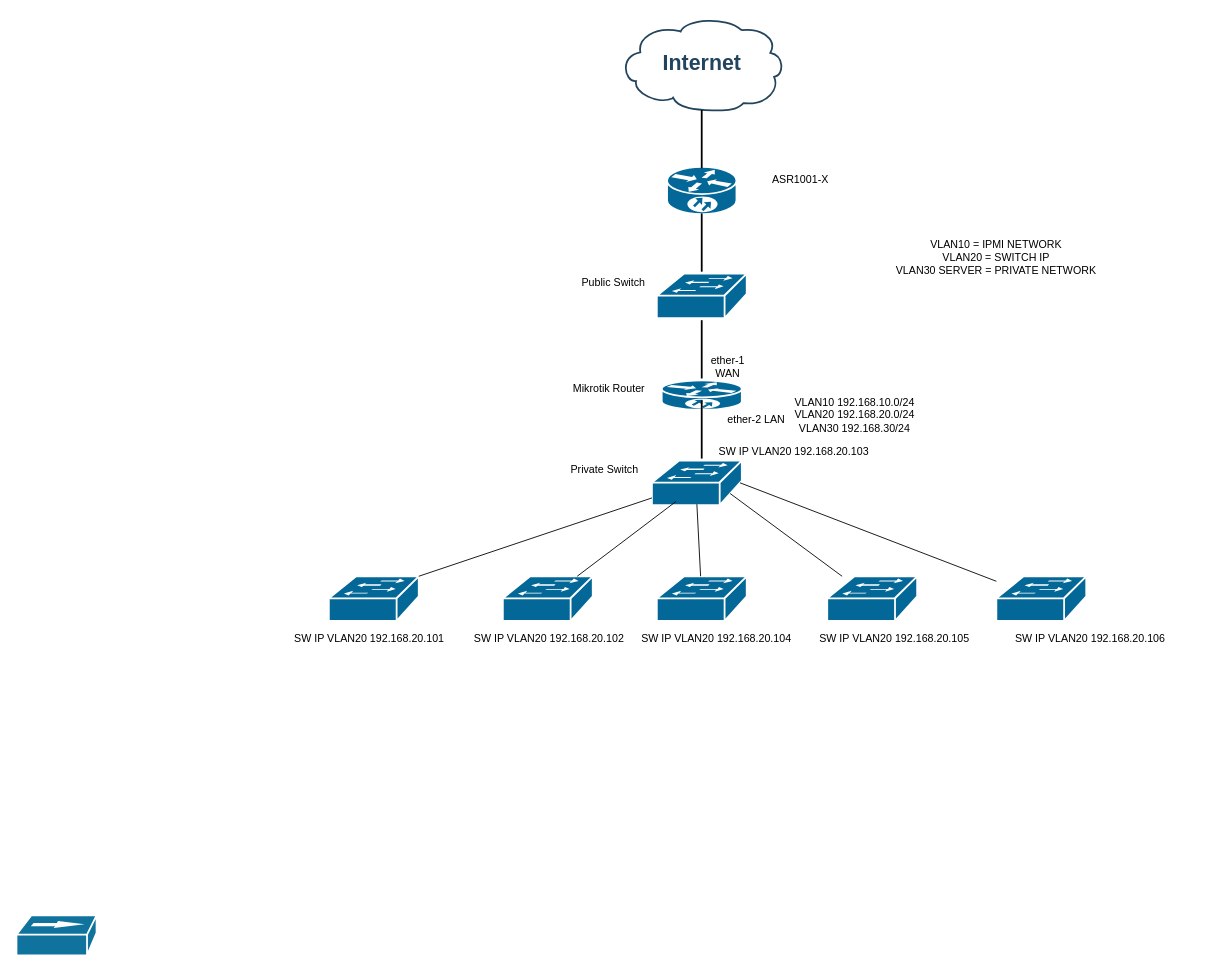
LowKey88/diagramx keeps this draw.io diagram as Untitled Diagram.drawio. Above is the earlier version. Source tidied: cells renumbered, new cells numbered last; positions are measured from the earlier drawing's top-left corner, leaving out a move shared by most shapes. Both pictures are drawn from the tidied source at 89%, with x=0, y=0 at pixel (16, 16).
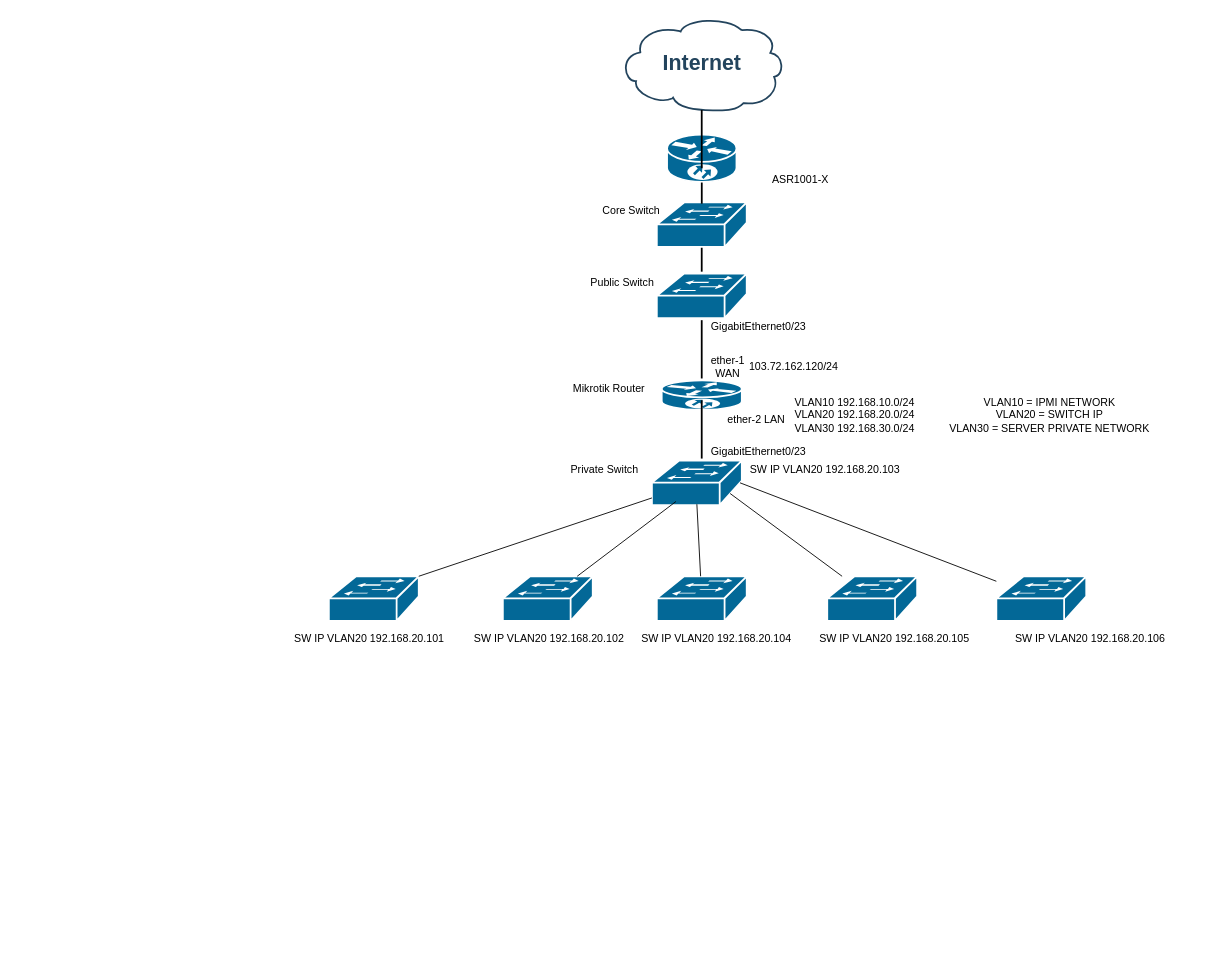
The same page after the edit.

What changed in the source:
```diff
@@
-    <mxCell id="3" style="shape=mxgraph.cisco.hubs_and_gateways.100baset_hub;html=1;dashed=0;fillColor=#10739E;strokeColor=#ffffff;strokeWidth=2;verticalLabelPosition=bottom;verticalAlign=top;fontFamily=Helvetica;fontSize=36;fontColor=#FFB366;" parent="1" vertex="1">
-      <mxGeometry y="1010" width="90" height="45" as="geometry" />
-    </mxCell>
     <mxCell id="4" style="shape=mxgraph.cisco.routers.10700;html=1;dashed=0;fillColor=#036897;strokeColor=#ffffff;strokeWidth=2;verticalLabelPosition=bottom;verticalAlign=top;align=center;" parent="1" vertex="1">
-      <mxGeometry x="731" y="169" width="78" height="53" as="geometry" />
+      <mxGeometry x="731" y="132.8" width="78" height="53" as="geometry" />
     </mxCell>
@@
     <mxCell id="14" value="Public Switch" style="text;html=1;strokeColor=none;fillColor=none;align=center;verticalAlign=middle;whiteSpace=wrap;rounded=0;" parent="1" vertex="1">
-      <mxGeometry x="611" y="289" width="120" height="20" as="geometry" />
+      <mxGeometry x="621" y="289" width="120" height="20" as="geometry" />
     </mxCell>
@@
-    <mxCell id="17" value="&lt;div&gt;VLAN10 192.168.10.0/24&lt;/div&gt;&lt;div&gt;VLAN20 192.168.20.0/24&lt;/div&gt;&lt;div&gt;VLAN30 192.168.30/24&lt;br&gt;&lt;/div&gt;" style="text;html=1;strokeColor=none;fillColor=none;align=center;verticalAlign=middle;whiteSpace=wrap;rounded=0;" parent="1" vertex="1">
+    <mxCell id="17" value="&lt;div&gt;VLAN10 192.168.10.0/24&lt;/div&gt;&lt;div&gt;VLAN20 192.168.20.0/24&lt;/div&gt;&lt;div&gt;VLAN30 192.168.30.0/24&lt;br&gt;&lt;/div&gt;" style="text;html=1;strokeColor=none;fillColor=none;align=center;verticalAlign=middle;whiteSpace=wrap;rounded=0;" parent="1" vertex="1">
       <mxGeometry x="842" y="409" width="200" height="77" as="geometry" />
     </mxCell>
@@
     <mxCell id="23" value="&amp;nbsp;SW IP VLAN20 192.168.20.103 " style="text;html=1;strokeColor=none;fillColor=none;align=center;verticalAlign=middle;whiteSpace=wrap;rounded=0;" parent="1" vertex="1">
-      <mxGeometry x="768" y="479" width="208" height="20" as="geometry" />
+      <mxGeometry x="802.8" y="499" width="208" height="20" as="geometry" />
     </mxCell>
@@
-    <mxCell id="29" value="&lt;div&gt;VLAN10 = IPMI NETWORK&lt;br&gt;&lt;/div&gt;&lt;div&gt;VLAN20 = SWITCH IP&lt;br&gt;&lt;/div&gt;&lt;div&gt;VLAN30 SERVER = PRIVATE NETWORK &lt;br&gt;&lt;/div&gt;" style="text;html=1;strokeColor=none;fillColor=none;align=center;verticalAlign=middle;whiteSpace=wrap;rounded=0;" parent="1" vertex="1">
-      <mxGeometry x="940.5" y="232" width="320" height="77" as="geometry" />
+    <mxCell id="29" value="&lt;div&gt;VLAN10 = IPMI NETWORK&lt;br&gt;&lt;/div&gt;&lt;div&gt;VLAN20 = SWITCH IP&lt;br&gt;&lt;/div&gt;&lt;div&gt;VLAN30 = SERVER PRIVATE NETWORK &lt;br&gt;&lt;/div&gt;" style="text;html=1;strokeColor=none;fillColor=none;align=center;verticalAlign=middle;whiteSpace=wrap;rounded=0;" parent="1" vertex="1">
+      <mxGeometry x="1001" y="409" width="320" height="77" as="geometry" />
     </mxCell>
@@
+    <mxCell id="36" value="GigabitEthernet0/23" style="text;html=1;strokeColor=none;fillColor=none;align=center;verticalAlign=middle;whiteSpace=wrap;rounded=0;" parent="1" vertex="1">
+      <mxGeometry x="779" y="479" width="110" height="20" as="geometry" />
+    </mxCell>
+    <mxCell id="37" value="GigabitEthernet0/23" style="text;html=1;strokeColor=none;fillColor=none;align=center;verticalAlign=middle;whiteSpace=wrap;rounded=0;" parent="1" vertex="1">
+      <mxGeometry x="779" y="339" width="110" height="20" as="geometry" />
+    </mxCell>
+    <mxCell id="38" style="shape=mxgraph.cisco.switches.workgroup_switch;html=1;dashed=0;fillColor=#036897;strokeColor=#ffffff;strokeWidth=2;verticalLabelPosition=bottom;verticalAlign=top;align=center;" parent="1" vertex="1">
+      <mxGeometry x="719.5" y="209" width="101" height="50" as="geometry" />
+    </mxCell>
+    <mxCell id="39" style="line;strokeWidth=2;html=1;rotation=90;" parent="1" vertex="1">
+      <mxGeometry x="758.1" y="193.5" width="23.8" height="10" as="geometry" />
+    </mxCell>
+    <mxCell id="40" value="Core Switch" style="text;html=1;strokeColor=none;fillColor=none;align=center;verticalAlign=middle;whiteSpace=wrap;rounded=0;" parent="1" vertex="1">
+      <mxGeometry x="631" y="209" width="120" height="20" as="geometry" />
+    </mxCell>
+    <mxCell id="41" value="103.72.162.120/24" style="text;html=1;strokeColor=none;fillColor=none;align=center;verticalAlign=middle;whiteSpace=wrap;rounded=0;" parent="1" vertex="1">
+      <mxGeometry x="842" y="389" width="63" height="10" as="geometry" />
+    </mxCell>
```
